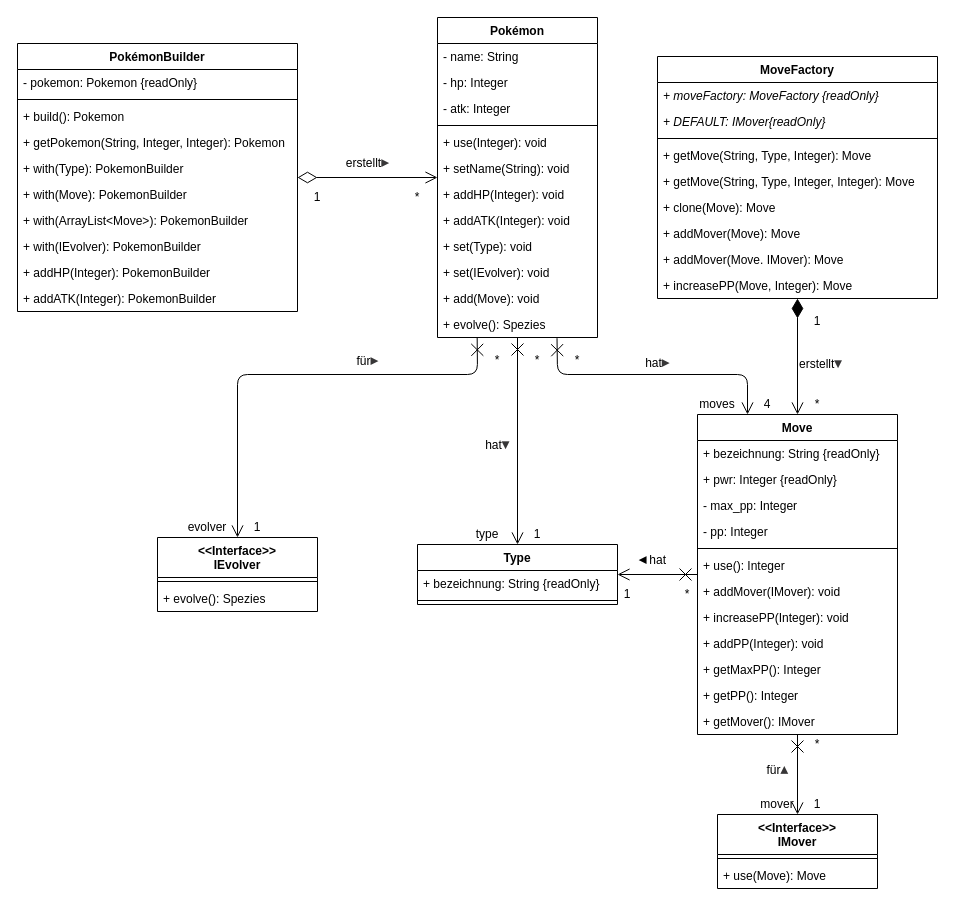
Above: swt_wende_tim_h09/swt_wende_tim_h09_class_diagram.drawio in tmwnd/fha-swt (draw.io), before the change. Source tidied: cells renumbered, new cells numbered last; positions are measured from the earlier drawing's top-left corner, leaving out a move shared by most shapes. Both pictures are drawn from the tidied source at 100%, with x=0, y=0 at pixel (17, 17).
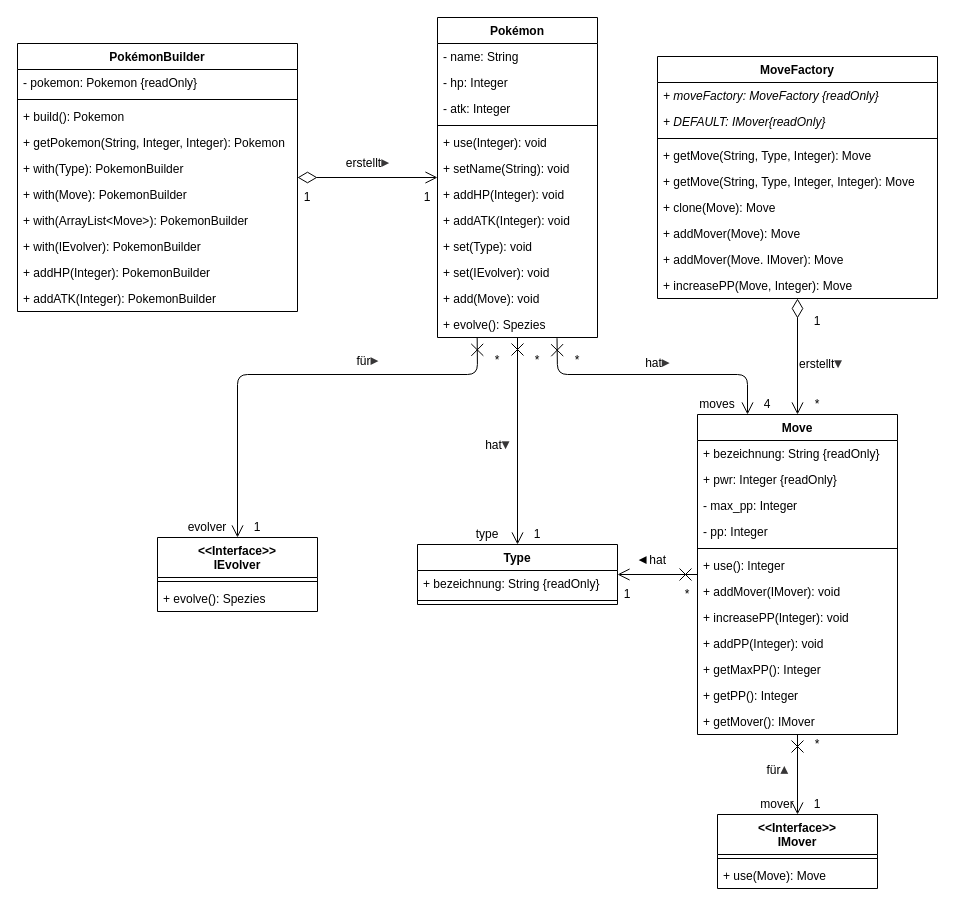
The same diagram, later.

The change refers to these unchanged cells:
```xml
<mxCell id="26" value="Move" style="swimlane;fontStyle=1;align=center;verticalAlign=top;horizontal=1;startSize=26;" parent="1" vertex="1">
  <mxGeometry x="680" y="397" width="200" height="320" as="geometry" />
</mxCell>
<mxCell id="49" value="MoveFactory" style="swimlane;fontStyle=1;align=center;verticalAlign=top;horizontal=1;startSize=26;" parent="1" vertex="1">
  <mxGeometry x="640" y="39" width="280" height="242" as="geometry" />
</mxCell>
```

Change to the diagram source:
```diff
@@
-    <mxCell id="59" style="endArrow=open;html=1;startArrow=diamondThin;startFill=1;startSize=17;endFill=0;endSize=10;" parent="1" edge="1" source="49" target="26">
+    <mxCell id="59" style="endArrow=open;html=1;startArrow=diamondThin;startFill=0;startSize=17;endFill=0;endSize=10;" parent="1" edge="1" source="49" target="26">
       <mxGeometry relative="1" as="geometry" />
     </mxCell>
@@
     <mxCell id="64" value="1" style="text;html=1;strokeColor=none;fillColor=none;align=center;verticalAlign=middle;whiteSpace=wrap;rounded=0;" parent="1" vertex="1">
-      <mxGeometry x="280" y="170" width="40" height="20" as="geometry" />
+      <mxGeometry x="270" y="170" width="40" height="20" as="geometry" />
     </mxCell>
-    <mxCell id="65" value="*" style="text;html=1;strokeColor=none;fillColor=none;align=center;verticalAlign=middle;whiteSpace=wrap;rounded=0;" parent="1" vertex="1">
-      <mxGeometry x="380" y="170" width="40" height="20" as="geometry" />
-    </mxCell>
@@
+    <mxCell id="90" value="1" style="text;html=1;strokeColor=none;fillColor=none;align=center;verticalAlign=middle;whiteSpace=wrap;rounded=0;" parent="1" vertex="1">
+      <mxGeometry x="390" y="170" width="40" height="20" as="geometry" />
+    </mxCell>
```
